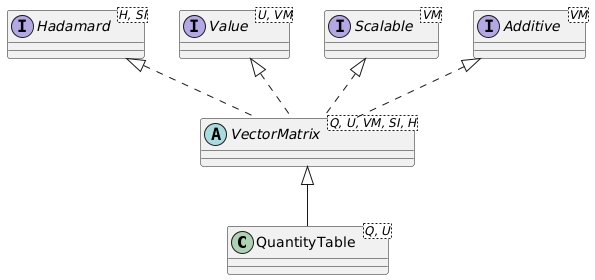
The PlantUML diagram docs/images/quantity_table.png in averbraeck/djunits, before a commit.
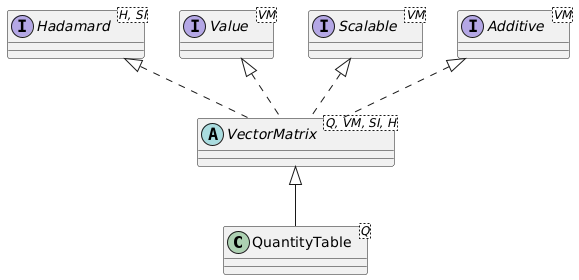
After the change.

Commit message:
Issue #127. Update class diagrams for <Q> instead of <Q, U>

The edit, as a diff of the source:
```diff
@@ -1,10 +1,10 @@
 @startuml
-class QuantityTable<Q, U>
+class QuantityTable<Q>
 
-abstract class VectorMatrix<Q, U, VM, SI, H>
+abstract class VectorMatrix<Q, VM, SI, H>
 
 interface Hadamard<H, SI>
-interface Value<U, VM>
+interface Value<VM>
 interface Scalable<VM>
 interface Additive<VM>
 
```
